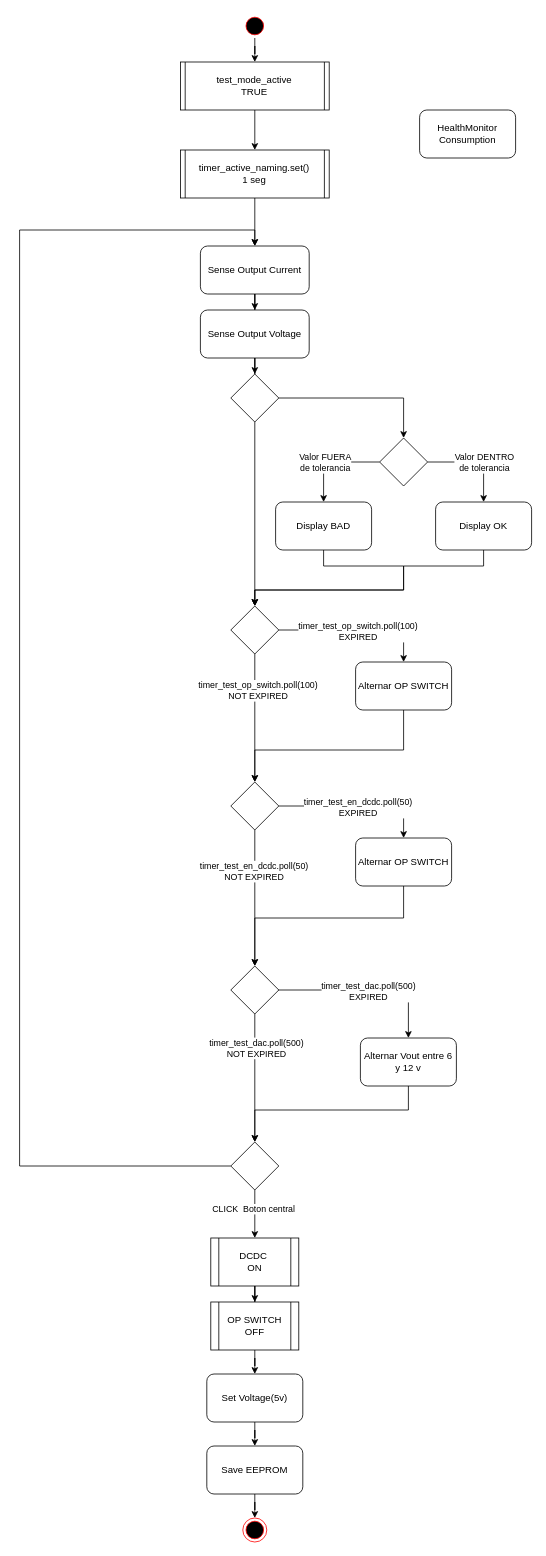
The draw.io diagram page "Test Mode" (12 of 13) of 01.Documentation/01.Diseño/Documentacion Software/B2/Diagramas/B2/B2.drawio in MSTKMAD/battery-pack, before the edit. Source tidied: cells renumbered, new cells numbered last; positions are measured from the earlier drawing's top-left corner, leaving out a move shared by most shapes. Both pictures are drawn from the tidied source at 80%, with x=0, y=0 at pixel (19, 14).
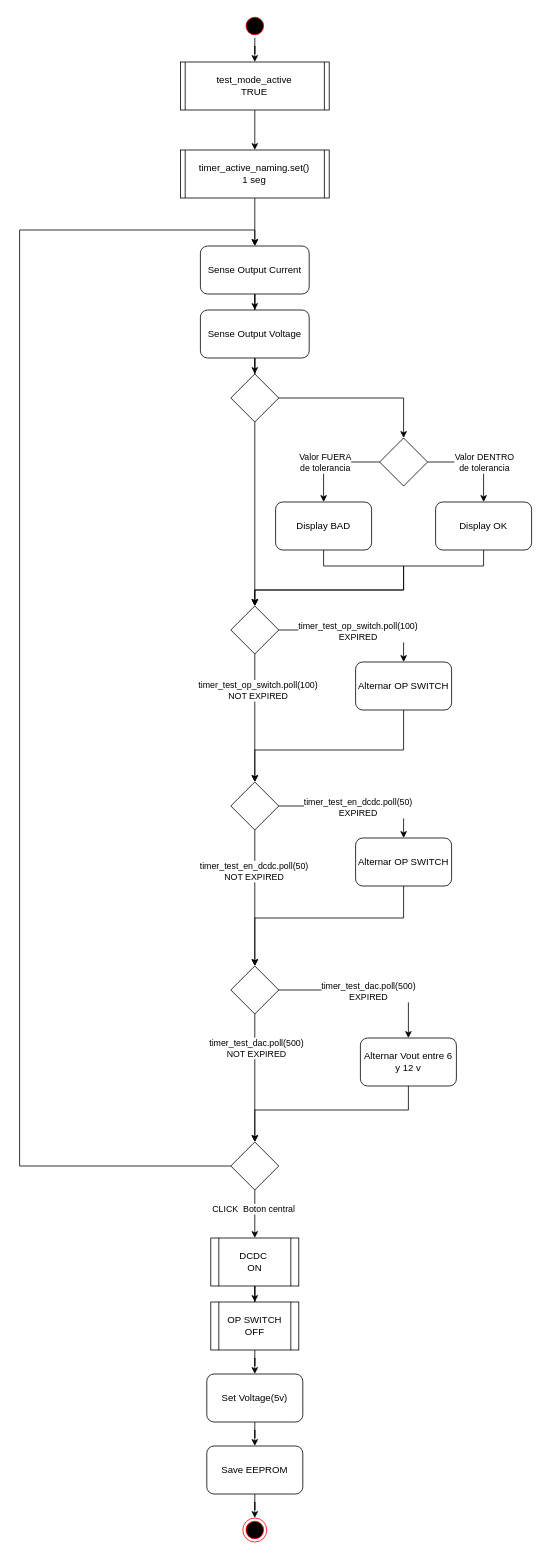
After the change.

What changed in the source:
```diff
@@
-    <mxCell id="4" value="HealthMonitor Consumption" style="rounded=1;whiteSpace=wrap;html=1;" parent="1" vertex="1">
-      <mxGeometry x="500" y="120" width="120" height="60" as="geometry" />
-    </mxCell>
```
